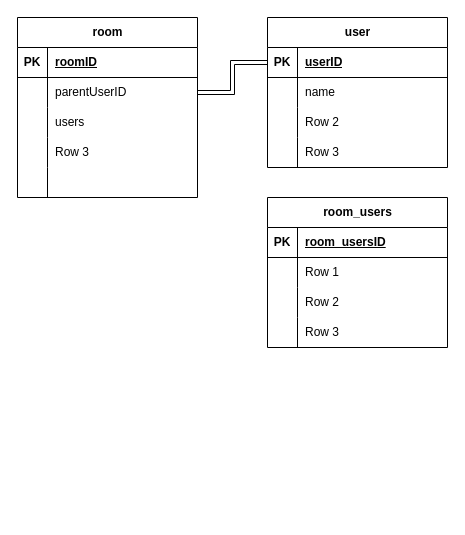
Before: PungPals_ER.drawio in kechigon/PungPals, a draw.io diagram. Source tidied: cells renumbered, new cells numbered last; positions are measured from the earlier drawing's top-left corner, leaving out a move shared by most shapes. Both pictures are drawn from the tidied source at 100%, with x=0, y=0 at pixel (17, 17).
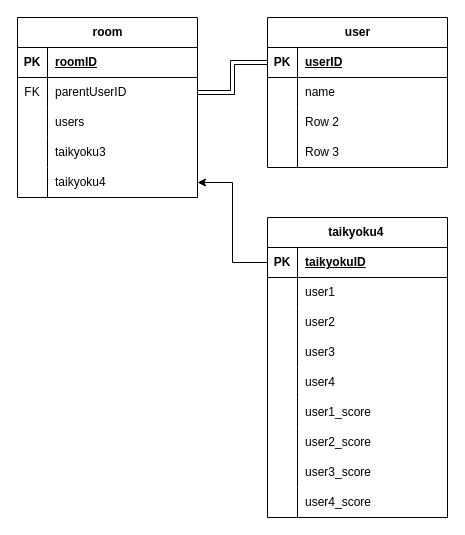
Above is the later version.

Commit message:
PungPals_ER.drawio を更新します

The change refers to these unchanged cells:
```xml
<mxCell id="6" style="shape=tableRow;horizontal=0;startSize=0;swimlaneHead=0;swimlaneBody=0;fillColor=none;points=[[0,0.5],[1,0.5]];portConstraint=eastwest;top=0;left=0;right=0;bottom=0;" parent="2" vertex="1">
  <mxGeometry y="60" width="180" height="30" as="geometry" />
</mxCell>
<mxCell id="12" style="shape=tableRow;horizontal=0;startSize=0;swimlaneHead=0;swimlaneBody=0;fillColor=none;top=0;left=0;right=0;bottom=0;" parent="2" vertex="1">
  <mxGeometry y="120" width="180" height="30" as="geometry" />
</mxCell>
<mxCell id="15" style="shape=tableRow;horizontal=0;startSize=0;swimlaneHead=0;swimlaneBody=0;fillColor=none;points=[[0,0.5],[1,0.5]];portConstraint=eastwest;top=0;left=0;right=0;bottom=0;" parent="2" vertex="1">
  <mxGeometry y="150" width="180" height="30" as="geometry" />
</mxCell>
<mxCell id="19" style="shape=tableRow;horizontal=0;startSize=0;swimlaneHead=0;swimlaneBody=0;fillColor=none;points=[[0,0.5],[1,0.5]];portConstraint=eastwest;top=0;left=0;right=0;bottom=1;" parent="18" vertex="1">
  <mxGeometry y="30" width="180" height="30" as="geometry" />
</mxCell>
```

Diff of the diagram source:
```diff
@@
-    <mxCell id="7" style="shape=partialRectangle;fillColor=none;top=0;left=0;bottom=0;right=0;overflow=hidden;whiteSpace=wrap;html=1;" parent="6" vertex="1">
+    <mxCell id="7" value="FK" style="shape=partialRectangle;fillColor=none;top=0;left=0;bottom=0;right=0;overflow=hidden;whiteSpace=wrap;html=1;" parent="6" vertex="1">
       <mxGeometry width="30" height="30" as="geometry" />
     </mxCell>
@@
-    <mxCell id="14" value="Row 3" style="shape=partialRectangle;fillColor=none;top=0;left=0;bottom=0;right=0;align=left;spacingLeft=6;overflow=hidden;whiteSpace=wrap;html=1;" parent="12" vertex="1">
+    <mxCell id="14" value="taikyoku3" style="shape=partialRectangle;fillColor=none;top=0;left=0;bottom=0;right=0;align=left;spacingLeft=6;overflow=hidden;whiteSpace=wrap;html=1;" parent="12" vertex="1">
       <mxGeometry x="30" width="150" height="30" as="geometry" />
     </mxCell>
@@
-    <mxCell id="17" style="shape=partialRectangle;fillColor=none;top=0;left=0;bottom=0;right=0;align=left;spacingLeft=6;overflow=hidden;whiteSpace=wrap;html=1;" parent="15" vertex="1">
+    <mxCell id="17" value="taikyoku4" style="shape=partialRectangle;fillColor=none;top=0;left=0;bottom=0;right=0;align=left;spacingLeft=6;overflow=hidden;whiteSpace=wrap;html=1;" parent="15" vertex="1">
       <mxGeometry x="30" width="150" height="30" as="geometry" />
     </mxCell>
@@
-    <mxCell id="31" value="room_users" style="shape=table;startSize=30;childLayout=tableLayout;rowLines=0;fontStyle=1;align=center;html=1;" parent="1" vertex="1">
-      <mxGeometry x="250" y="180" width="180" height="150" as="geometry" />
-    </mxCell>
+    <mxCell id="44" style="edgeStyle=orthogonalEdgeStyle;rounded=0;jettySize=auto;html=1;exitX=1;exitY=0.5;exitDx=0;exitDy=0;entryX=0;entryY=0.5;entryDx=0;entryDy=0;endArrow=ERone;endFill=0;shape=link;" parent="1" edge="1" source="6" target="19">
+      <mxGeometry relative="1" as="geometry" />
+    </mxCell>
+    <mxCell id="45" value="taikyoku4&amp;nbsp;" style="shape=table;startSize=30;childLayout=tableLayout;rowLines=0;fontStyle=1;align=center;html=1;" parent="1" vertex="1">
+      <mxGeometry x="250" y="200" width="180" height="300" as="geometry" />
+    </mxCell>
-    <mxCell id="32" style="shape=tableRow;horizontal=0;startSize=0;swimlaneHead=0;swimlaneBody=0;fillColor=none;points=[[0,0.5],[1,0.5]];portConstraint=eastwest;top=0;left=0;right=0;bottom=1;" parent="31" vertex="1">
+    <mxCell id="32" style="shape=tableRow;horizontal=0;startSize=0;swimlaneHead=0;swimlaneBody=0;fillColor=none;points=[[0,0.5],[1,0.5]];portConstraint=eastwest;top=0;left=0;right=0;bottom=1;" parent="45" vertex="1">
       <mxGeometry y="30" width="180" height="30" as="geometry" />
     </mxCell>
@@
-    <mxCell id="34" value="room_usersID" style="shape=partialRectangle;fillColor=none;top=0;left=0;bottom=0;right=0;align=left;spacingLeft=6;fontStyle=5;overflow=hidden;whiteSpace=wrap;html=1;" parent="32" vertex="1">
-      <mxGeometry x="30" width="150" height="30" as="geometry" />
-    </mxCell>
+    <mxCell id="46" value="taikyokuID" style="shape=partialRectangle;fillColor=none;top=0;left=0;bottom=0;right=0;align=left;spacingLeft=6;fontStyle=5;overflow=hidden;whiteSpace=wrap;html=1;" parent="32" vertex="1">
+      <mxGeometry x="30" width="150" height="30" as="geometry" />
+    </mxCell>
-    <mxCell id="35" style="shape=tableRow;horizontal=0;startSize=0;swimlaneHead=0;swimlaneBody=0;fillColor=none;top=0;left=0;right=0;bottom=0;" parent="31" vertex="1">
+    <mxCell id="35" style="shape=tableRow;horizontal=0;startSize=0;swimlaneHead=0;swimlaneBody=0;fillColor=none;top=0;left=0;right=0;bottom=0;" parent="45" vertex="1">
       <mxGeometry y="60" width="180" height="30" as="geometry" />
     </mxCell>
-    <mxCell id="36" style="shape=partialRectangle;fillColor=none;top=0;left=0;bottom=0;right=0;overflow=hidden;whiteSpace=wrap;html=1;" parent="35" vertex="1">
-      <mxGeometry width="30" height="30" as="geometry" />
-    </mxCell>
-    <mxCell id="37" value="Row 1" style="shape=partialRectangle;fillColor=none;top=0;left=0;bottom=0;right=0;align=left;spacingLeft=6;overflow=hidden;whiteSpace=wrap;html=1;" parent="35" vertex="1">
-      <mxGeometry x="30" width="150" height="30" as="geometry" />
-    </mxCell>
+    <mxCell id="47" style="shape=partialRectangle;fillColor=none;top=0;left=0;bottom=0;right=0;overflow=hidden;whiteSpace=wrap;html=1;" parent="35" vertex="1">
+      <mxGeometry width="30" height="30" as="geometry" />
+    </mxCell>
+    <mxCell id="48" value="user1" style="shape=partialRectangle;fillColor=none;top=0;left=0;bottom=0;right=0;align=left;spacingLeft=6;overflow=hidden;whiteSpace=wrap;html=1;" parent="35" vertex="1">
+      <mxGeometry x="30" width="150" height="30" as="geometry" />
+    </mxCell>
-    <mxCell id="38" style="shape=tableRow;horizontal=0;startSize=0;swimlaneHead=0;swimlaneBody=0;fillColor=none;top=0;left=0;right=0;bottom=0;" parent="31" vertex="1">
+    <mxCell id="38" style="shape=tableRow;horizontal=0;startSize=0;swimlaneHead=0;swimlaneBody=0;fillColor=none;top=0;left=0;right=0;bottom=0;" parent="45" vertex="1">
       <mxGeometry y="90" width="180" height="30" as="geometry" />
     </mxCell>
-    <mxCell id="39" style="shape=partialRectangle;fillColor=none;top=0;left=0;bottom=0;right=0;overflow=hidden;whiteSpace=wrap;html=1;" parent="38" vertex="1">
-      <mxGeometry width="30" height="30" as="geometry" />
-    </mxCell>
-    <mxCell id="40" value="Row 2" style="shape=partialRectangle;fillColor=none;top=0;left=0;bottom=0;right=0;align=left;spacingLeft=6;overflow=hidden;whiteSpace=wrap;html=1;" parent="38" vertex="1">
-      <mxGeometry x="30" width="150" height="30" as="geometry" />
-    </mxCell>
+    <mxCell id="49" style="shape=partialRectangle;fillColor=none;top=0;left=0;bottom=0;right=0;overflow=hidden;whiteSpace=wrap;html=1;" parent="38" vertex="1">
+      <mxGeometry width="30" height="30" as="geometry" />
+    </mxCell>
+    <mxCell id="50" value="user2" style="shape=partialRectangle;fillColor=none;top=0;left=0;bottom=0;right=0;align=left;spacingLeft=6;overflow=hidden;whiteSpace=wrap;html=1;" parent="38" vertex="1">
+      <mxGeometry x="30" width="150" height="30" as="geometry" />
+    </mxCell>
-    <mxCell id="41" style="shape=tableRow;horizontal=0;startSize=0;swimlaneHead=0;swimlaneBody=0;fillColor=none;top=0;left=0;right=0;bottom=0;" parent="31" vertex="1">
+    <mxCell id="41" style="shape=tableRow;horizontal=0;startSize=0;swimlaneHead=0;swimlaneBody=0;fillColor=none;top=0;left=0;right=0;bottom=0;" parent="45" vertex="1">
       <mxGeometry y="120" width="180" height="30" as="geometry" />
     </mxCell>
-    <mxCell id="42" style="shape=partialRectangle;fillColor=none;top=0;left=0;bottom=0;right=0;overflow=hidden;whiteSpace=wrap;html=1;" parent="41" vertex="1">
-      <mxGeometry width="30" height="30" as="geometry" />
-    </mxCell>
-    <mxCell id="43" value="Row 3" style="shape=partialRectangle;fillColor=none;top=0;left=0;bottom=0;right=0;align=left;spacingLeft=6;overflow=hidden;whiteSpace=wrap;html=1;" parent="41" vertex="1">
-      <mxGeometry x="30" width="150" height="30" as="geometry" />
-    </mxCell>
-    <mxCell id="44" style="edgeStyle=orthogonalEdgeStyle;rounded=0;jettySize=auto;html=1;exitX=1;exitY=0.5;exitDx=0;exitDy=0;entryX=0;entryY=0.5;entryDx=0;entryDy=0;endArrow=ERone;endFill=0;shape=link;" parent="1" edge="1" source="6" target="19">
-      <mxGeometry relative="1" as="geometry" />
-    </mxCell>
+    <mxCell id="51" style="shape=partialRectangle;fillColor=none;top=0;left=0;bottom=0;right=0;overflow=hidden;whiteSpace=wrap;html=1;" parent="41" vertex="1">
+      <mxGeometry width="30" height="30" as="geometry" />
+    </mxCell>
+    <mxCell id="52" value="user3" style="shape=partialRectangle;fillColor=none;top=0;left=0;bottom=0;right=0;align=left;spacingLeft=6;overflow=hidden;whiteSpace=wrap;html=1;" parent="41" vertex="1">
+      <mxGeometry x="30" width="150" height="30" as="geometry" />
+    </mxCell>
+    <mxCell id="53" style="shape=tableRow;horizontal=0;startSize=0;swimlaneHead=0;swimlaneBody=0;fillColor=none;top=0;left=0;right=0;bottom=0;" parent="45" vertex="1">
+      <mxGeometry y="150" width="180" height="30" as="geometry" />
+    </mxCell>
+    <mxCell id="54" style="shape=partialRectangle;fillColor=none;top=0;left=0;bottom=0;right=0;overflow=hidden;whiteSpace=wrap;html=1;" parent="53" vertex="1">
+      <mxGeometry width="30" height="30" as="geometry" />
+    </mxCell>
+    <mxCell id="55" value="user4" style="shape=partialRectangle;fillColor=none;top=0;left=0;bottom=0;right=0;align=left;spacingLeft=6;overflow=hidden;whiteSpace=wrap;html=1;" parent="53" vertex="1">
+      <mxGeometry x="30" width="150" height="30" as="geometry" />
+    </mxCell>
+    <mxCell id="56" style="shape=tableRow;horizontal=0;startSize=0;swimlaneHead=0;swimlaneBody=0;fillColor=none;top=0;left=0;right=0;bottom=0;" parent="45" vertex="1">
+      <mxGeometry y="180" width="180" height="30" as="geometry" />
+    </mxCell>
+    <mxCell id="57" style="shape=partialRectangle;fillColor=none;top=0;left=0;bottom=0;right=0;overflow=hidden;whiteSpace=wrap;html=1;" parent="56" vertex="1">
+      <mxGeometry width="30" height="30" as="geometry" />
+    </mxCell>
+    <mxCell id="58" value="user1_score" style="shape=partialRectangle;fillColor=none;top=0;left=0;bottom=0;right=0;align=left;spacingLeft=6;overflow=hidden;whiteSpace=wrap;html=1;" parent="56" vertex="1">
+      <mxGeometry x="30" width="150" height="30" as="geometry" />
+    </mxCell>
+    <mxCell id="59" style="shape=tableRow;horizontal=0;startSize=0;swimlaneHead=0;swimlaneBody=0;fillColor=none;top=0;left=0;right=0;bottom=0;" parent="45" vertex="1">
+      <mxGeometry y="210" width="180" height="30" as="geometry" />
+    </mxCell>
+    <mxCell id="60" style="shape=partialRectangle;fillColor=none;top=0;left=0;bottom=0;right=0;overflow=hidden;whiteSpace=wrap;html=1;" parent="59" vertex="1">
+      <mxGeometry width="30" height="30" as="geometry" />
+    </mxCell>
+    <mxCell id="61" value="user2_score" style="shape=partialRectangle;fillColor=none;top=0;left=0;bottom=0;right=0;align=left;spacingLeft=6;overflow=hidden;whiteSpace=wrap;html=1;" parent="59" vertex="1">
+      <mxGeometry x="30" width="150" height="30" as="geometry" />
+    </mxCell>
+    <mxCell id="62" style="shape=tableRow;horizontal=0;startSize=0;swimlaneHead=0;swimlaneBody=0;fillColor=none;top=0;left=0;right=0;bottom=0;" parent="45" vertex="1">
+      <mxGeometry y="240" width="180" height="30" as="geometry" />
+    </mxCell>
+    <mxCell id="63" style="shape=partialRectangle;fillColor=none;top=0;left=0;bottom=0;right=0;overflow=hidden;whiteSpace=wrap;html=1;" parent="62" vertex="1">
+      <mxGeometry width="30" height="30" as="geometry" />
+    </mxCell>
+    <mxCell id="64" value="user3_score" style="shape=partialRectangle;fillColor=none;top=0;left=0;bottom=0;right=0;align=left;spacingLeft=6;overflow=hidden;whiteSpace=wrap;html=1;" parent="62" vertex="1">
+      <mxGeometry x="30" width="150" height="30" as="geometry" />
+    </mxCell>
+    <mxCell id="65" style="shape=tableRow;horizontal=0;startSize=0;swimlaneHead=0;swimlaneBody=0;fillColor=none;top=0;left=0;right=0;bottom=0;" parent="45" vertex="1">
+      <mxGeometry y="270" width="180" height="30" as="geometry" />
+    </mxCell>
+    <mxCell id="66" style="shape=partialRectangle;fillColor=none;top=0;left=0;bottom=0;right=0;overflow=hidden;whiteSpace=wrap;html=1;" parent="65" vertex="1">
+      <mxGeometry width="30" height="30" as="geometry" />
+    </mxCell>
+    <mxCell id="67" value="user4_score" style="shape=partialRectangle;fillColor=none;top=0;left=0;bottom=0;right=0;align=left;spacingLeft=6;overflow=hidden;whiteSpace=wrap;html=1;" parent="65" vertex="1">
+      <mxGeometry x="30" width="150" height="30" as="geometry" />
+    </mxCell>
+    <mxCell id="68" style="edgeStyle=orthogonalEdgeStyle;rounded=0;jettySize=auto;html=1;entryX=1;entryY=0.5;entryDx=0;entryDy=0;" parent="1" edge="1" source="32" target="15">
+      <mxGeometry relative="1" as="geometry" />
+    </mxCell>
```
